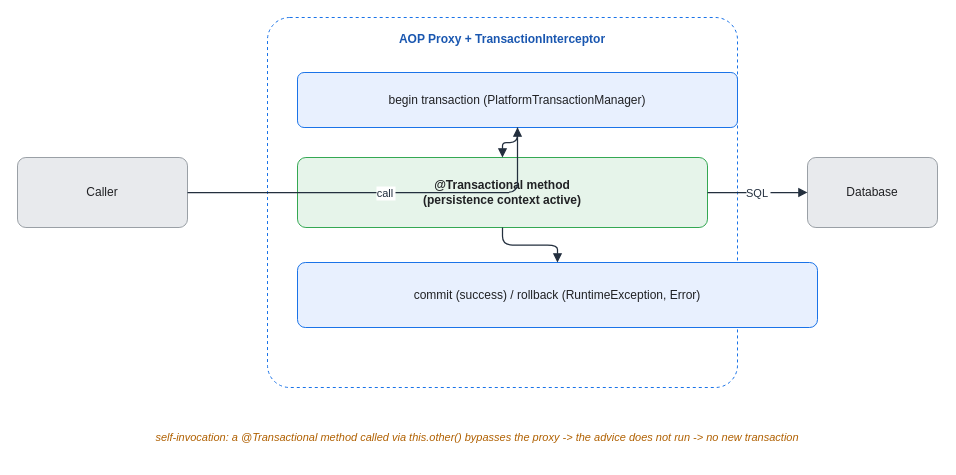
This is assets/img/spring/spring-17-transactional-proxy.drawio from KKamJi98/kkamji98.github.io, a draw.io file, before an edit. Source tidied: cells renumbered, new cells numbered last; positions are measured from the earlier drawing's top-left corner, leaving out a move shared by most shapes. Both pictures are drawn from the tidied source at 100%, with x=0, y=0 at pixel (17, 17).
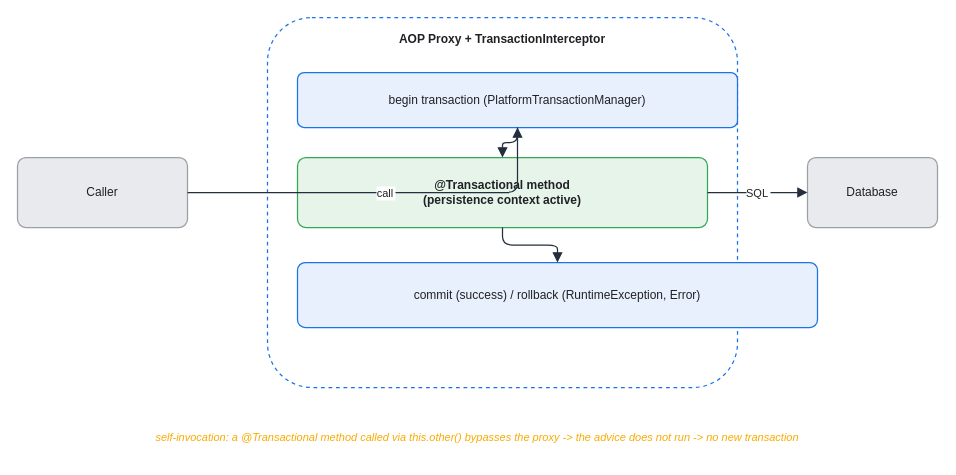
The same diagram, later.

Diff of the diagram source:
```diff
@@
 <mxGraphModel background="#FFFFFF">
   <root>
     <mxCell id="0" />
     <mxCell id="1" parent="0" />
-    <mxCell id="2" value="Caller" style="rounded=1;whiteSpace=wrap;html=0;arcSize=12;shadow=0;fillColor=#E8EAED;strokeColor=#9AA0A6;fontColor=#202124;" parent="1" vertex="1">
+    <mxCell id="2" value="Caller" style="rounded=1;whiteSpace=wrap;html=0;arcSize=12;shadow=0;fillColor=#E8EAED;strokeColor=#9AA0A6;fontColor=#202124;strokeWidth=1.25;" parent="1" vertex="1">
       <mxGeometry y="140" width="170" height="70" as="geometry" />
     </mxCell>
-    <mxCell id="3" value="AOP Proxy + TransactionInterceptor" style="rounded=1;whiteSpace=wrap;html=0;arcSize=6;shadow=0;fillColor=#FFFFFF;strokeColor=#1A73E8;fontColor=#1A57B0;fontStyle=1;verticalAlign=top;align=center;dashed=1;spacingTop=8;" parent="1" vertex="1">
+    <mxCell id="3" value="AOP Proxy + TransactionInterceptor" style="rounded=1;whiteSpace=wrap;html=0;arcSize=12;shadow=0;fillColor=#FFFFFF;strokeColor=#1A73E8;fontColor=#202124;fontStyle=1;verticalAlign=top;align=center;dashed=1;spacingTop=8;strokeWidth=1.25;" parent="1" vertex="1">
       <mxGeometry x="250" width="470" height="370" as="geometry" />
     </mxCell>
-    <mxCell id="4" value="begin transaction (PlatformTransactionManager)" style="rounded=1;whiteSpace=wrap;html=0;arcSize=12;shadow=0;fillColor=#E8F0FE;strokeColor=#1A73E8;fontColor=#202124;" parent="1" vertex="1">
+    <mxCell id="4" value="begin transaction (PlatformTransactionManager)" style="rounded=1;whiteSpace=wrap;html=0;arcSize=12;shadow=0;fillColor=#E8F0FE;strokeColor=#1A73E8;fontColor=#202124;strokeWidth=1.25;" parent="1" vertex="1">
       <mxGeometry x="280" y="55" width="440" height="55" as="geometry" />
     </mxCell>
-    <mxCell id="5" value="@Transactional method&#10;(persistence context active)" style="rounded=1;whiteSpace=wrap;html=0;arcSize=12;shadow=0;fillColor=#E6F4EA;strokeColor=#34A853;fontColor=#202124;fontStyle=1;" parent="1" vertex="1">
+    <mxCell id="5" value="@Transactional method&#10;(persistence context active)" style="rounded=1;whiteSpace=wrap;html=0;arcSize=12;shadow=0;fillColor=#E6F4EA;strokeColor=#34A853;fontColor=#202124;fontStyle=1;strokeWidth=1.25;" parent="1" vertex="1">
       <mxGeometry x="280" y="140" width="410" height="70" as="geometry" />
     </mxCell>
-    <mxCell id="6" value="commit (success)  /  rollback (RuntimeException, Error)" style="rounded=1;whiteSpace=wrap;html=0;arcSize=12;shadow=0;fillColor=#E8F0FE;strokeColor=#1A73E8;fontColor=#202124;" parent="1" vertex="1">
+    <mxCell id="6" value="commit (success)  /  rollback (RuntimeException, Error)" style="rounded=1;whiteSpace=wrap;html=0;arcSize=12;shadow=0;fillColor=#E8F0FE;strokeColor=#1A73E8;fontColor=#202124;strokeWidth=1.25;" parent="1" vertex="1">
       <mxGeometry x="280" y="245" width="520" height="65" as="geometry" />
     </mxCell>
-    <mxCell id="7" value="Database" style="rounded=1;whiteSpace=wrap;html=0;arcSize=12;shadow=0;fillColor=#E8EAED;strokeColor=#9AA0A6;fontColor=#202124;" parent="1" vertex="1">
+    <mxCell id="7" value="Database" style="rounded=1;whiteSpace=wrap;html=0;arcSize=12;shadow=0;fillColor=#E8EAED;strokeColor=#9AA0A6;fontColor=#202124;strokeWidth=1.25;" parent="1" vertex="1">
       <mxGeometry x="790" y="140" width="130" height="70" as="geometry" />
     </mxCell>
-    <mxCell id="8" value="self-invocation: a @Transactional method called via this.other() bypasses the proxy -&gt; the advice does not run -&gt; no new transaction" style="text;html=0;align=center;verticalAlign=middle;whiteSpace=wrap;fontSize=11;fontColor=#B06000;fontStyle=2;" parent="1" vertex="1">
+    <mxCell id="8" value="self-invocation: a @Transactional method called via this.other() bypasses the proxy -&gt; the advice does not run -&gt; no new transaction" style="text;html=0;align=center;verticalAlign=middle;whiteSpace=wrap;fontSize=11;fontColor=#F9AB00;fontStyle=2;" parent="1" vertex="1">
       <mxGeometry x="10" y="400" width="900" height="40" as="geometry" />
     </mxCell>
-    <mxCell id="9" value="call" style="edgeStyle=orthogonalEdgeStyle;rounded=1;html=0;endArrow=block;strokeColor=#232F3E;fontColor=#232F3E;labelBackgroundColor=#FFFFFF;strokeWidth=1.25;" parent="1" edge="1" source="2" target="4">
+    <mxCell id="9" value="call" style="edgeStyle=orthogonalEdgeStyle;rounded=1;html=0;endArrow=block;strokeColor=#232F3E;fontColor=#202124;labelBackgroundColor=#FFFFFF;strokeWidth=1.25;endSize=7;" parent="1" edge="1" source="2" target="4">
       <mxGeometry relative="1" as="geometry" />
     </mxCell>
-    <mxCell id="10" style="edgeStyle=orthogonalEdgeStyle;rounded=1;html=0;endArrow=block;strokeColor=#232F3E;strokeWidth=1.25;" parent="1" edge="1" source="4" target="5">
+    <mxCell id="10" style="edgeStyle=orthogonalEdgeStyle;rounded=1;html=0;endArrow=block;strokeColor=#232F3E;strokeWidth=1.25;endSize=7;fontColor=#202124;" parent="1" edge="1" source="4" target="5">
       <mxGeometry relative="1" as="geometry" />
     </mxCell>
-    <mxCell id="11" style="edgeStyle=orthogonalEdgeStyle;rounded=1;html=0;endArrow=block;strokeColor=#232F3E;strokeWidth=1.25;" parent="1" edge="1" source="5" target="6">
+    <mxCell id="11" style="edgeStyle=orthogonalEdgeStyle;rounded=1;html=0;endArrow=block;strokeColor=#232F3E;strokeWidth=1.25;endSize=7;fontColor=#202124;" parent="1" edge="1" source="5" target="6">
       <mxGeometry relative="1" as="geometry" />
     </mxCell>
-    <mxCell id="12" value="SQL" style="edgeStyle=orthogonalEdgeStyle;rounded=1;html=0;endArrow=block;strokeColor=#232F3E;fontColor=#232F3E;labelBackgroundColor=#FFFFFF;strokeWidth=1.25;" parent="1" edge="1" source="5" target="7">
+    <mxCell id="12" value="SQL" style="edgeStyle=orthogonalEdgeStyle;rounded=1;html=0;endArrow=block;strokeColor=#232F3E;fontColor=#202124;labelBackgroundColor=#FFFFFF;strokeWidth=1.25;endSize=7;" parent="1" edge="1" source="5" target="7">
       <mxGeometry relative="1" as="geometry" />
     </mxCell>
   </root>
 </mxGraphModel>
```
